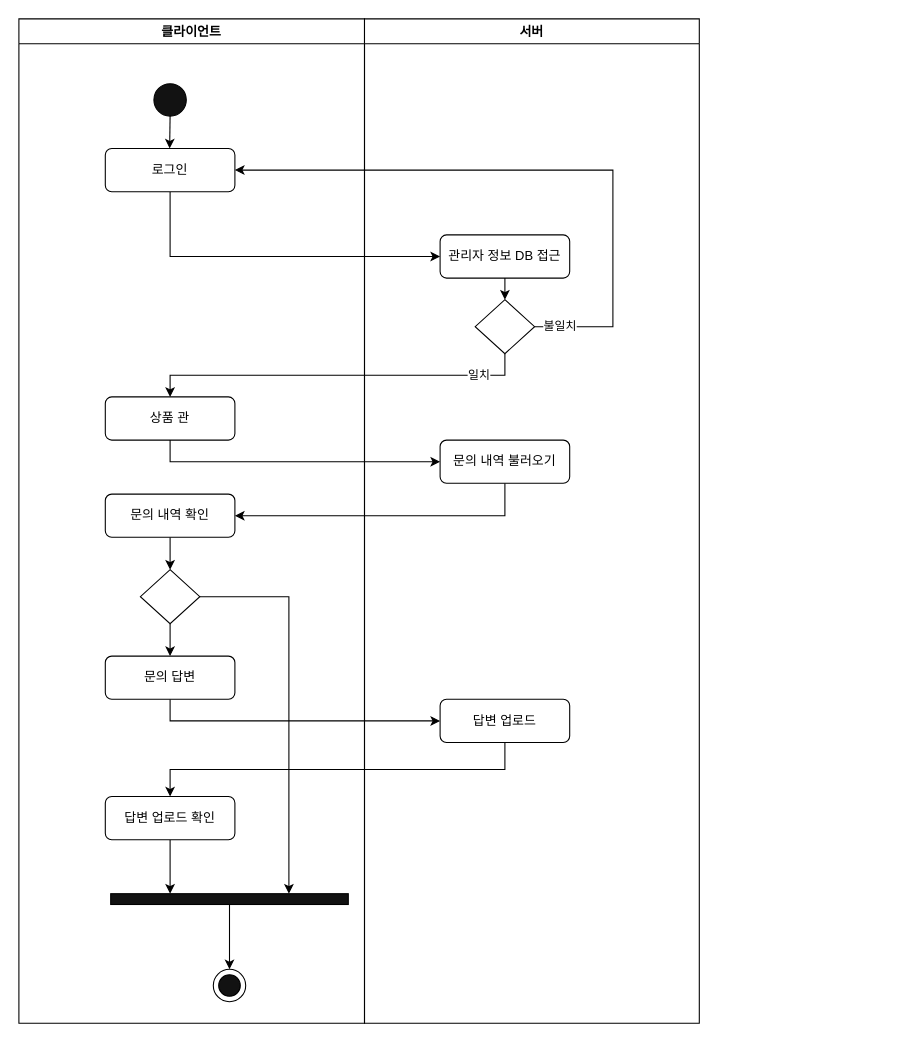
This is 활동다이어그램-상품관리.drawio from VegetableKim/-, a draw.io file, before an edit. Source tidied: cells renumbered, new cells numbered last; positions are measured from the earlier drawing's top-left corner, leaving out a move shared by most shapes. Both pictures are drawn from the tidied source at 108%, with x=0, y=0 at pixel (18, 18).
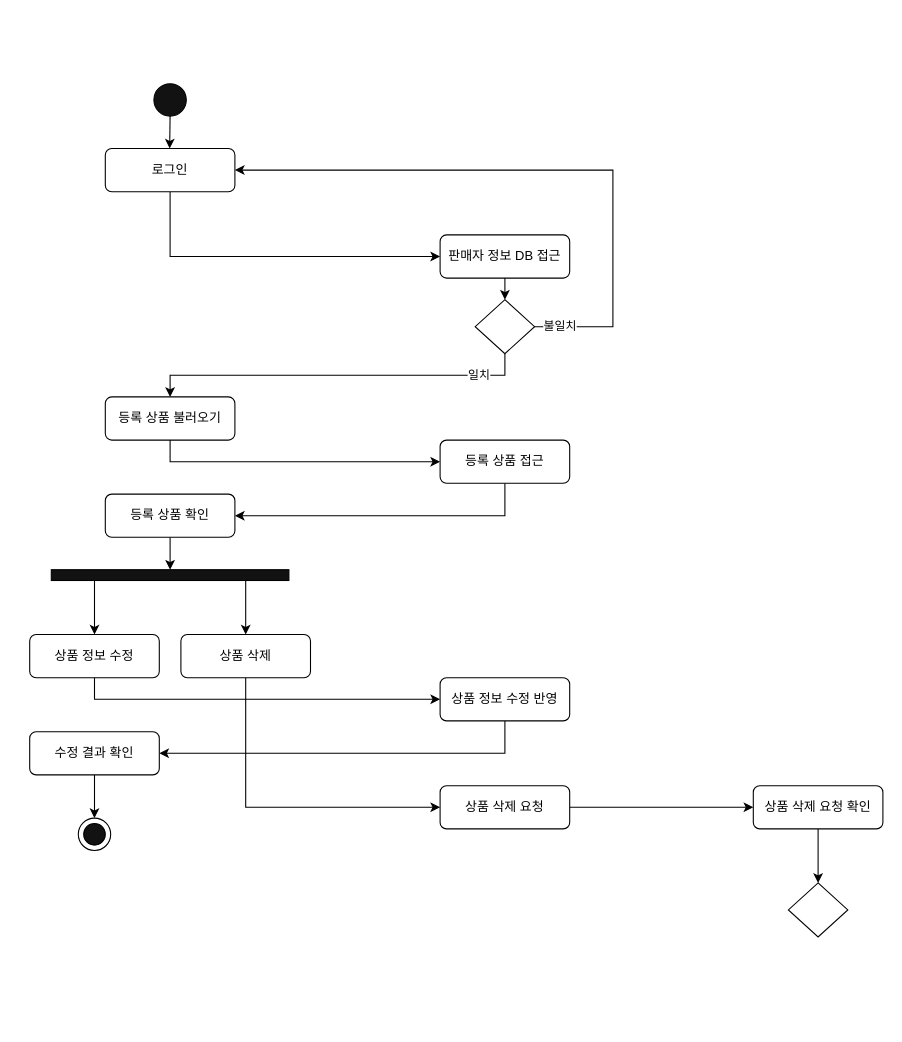
Above is the later version.

Commit message:
활동다이어그램-상품관리.drawio이 추가되었습니다.

Unchanged cells that the change refers to:
```xml
<mxCell id="12" style="rhombus;whiteSpace=wrap;html=1;" parent="1" vertex="1">
  <mxGeometry x="422.5" y="260" width="55" height="50" as="geometry" />
</mxCell>
```

Diff of the diagram source:
```diff
@@
-    <mxCell id="4" style="ellipse;whiteSpace=wrap;html=1;" parent="1" vertex="1">
-      <mxGeometry x="180" y="880" width="30" height="30" as="geometry" />
-    </mxCell>
-    <mxCell id="5" style="ellipse;whiteSpace=wrap;html=1;fillColor=#121212;" parent="1" vertex="1">
-      <mxGeometry x="185" y="885" width="20" height="20" as="geometry" />
-    </mxCell>
-    <mxCell id="6" style="edgeStyle=orthogonalEdgeStyle;rounded=0;jettySize=auto;html=1;exitX=0.5;exitY=1;exitDx=0;exitDy=0;entryX=0;entryY=0.5;entryDx=0;entryDy=0;" parent="1" edge="1" source="7" target="9">
-      <mxGeometry relative="1" as="geometry" />
-    </mxCell>
-    <mxCell id="7" value="로그인" style="rounded=1;whiteSpace=wrap;html=1;" parent="1" vertex="1">
-      <mxGeometry x="80" y="120" width="120" height="40" as="geometry" />
-    </mxCell>
@@
-    <mxCell id="9" value="관리자 정보 DB 접근" style="rounded=1;whiteSpace=wrap;html=1;" parent="1" vertex="1">
+    <mxCell id="9" value="판매자 정보 DB 접근" style="rounded=1;whiteSpace=wrap;html=1;" parent="1" vertex="1">
       <mxGeometry x="390" y="200" width="120" height="40" as="geometry" />
     </mxCell>
-    <mxCell id="10" value="불일치" style="edgeStyle=orthogonalEdgeStyle;rounded=0;jettySize=auto;html=1;exitX=1;exitY=0.5;exitDx=0;exitDy=0;entryX=1;entryY=0.5;entryDx=0;entryDy=0;" parent="1" edge="1" source="12" target="7">
+    <mxCell id="10" value="불일치" style="edgeStyle=orthogonalEdgeStyle;rounded=0;jettySize=auto;html=1;exitX=1;exitY=0.5;exitDx=0;exitDy=0;entryX=1;entryY=0.5;entryDx=0;entryDy=0;" parent="1" edge="1" source="12">
       <mxGeometry x="-0.92" relative="1" as="geometry">
+        <mxPoint x="200" y="140" as="targetPoint" />
         <Array as="points">
           <mxPoint x="550" y="285" />
           <mxPoint x="550" y="140" />
         </Array>
       </mxGeometry>
     </mxCell>
@@
-    <mxCell id="14" value="상품 관" style="rounded=1;whiteSpace=wrap;html=1;" parent="1" vertex="1">
+    <mxCell id="14" value="등록 상품 불러오기" style="rounded=1;whiteSpace=wrap;html=1;" parent="1" vertex="1">
       <mxGeometry x="80" y="350" width="120" height="40" as="geometry" />
     </mxCell>
@@
-    <mxCell id="16" value="문의 내역 불러오기" style="rounded=1;whiteSpace=wrap;html=1;" parent="1" vertex="1">
+    <mxCell id="16" value="등록 상품 접근" style="rounded=1;whiteSpace=wrap;html=1;" parent="1" vertex="1">
       <mxGeometry x="390" y="390" width="120" height="40" as="geometry" />
     </mxCell>
-    <mxCell id="17" style="edgeStyle=orthogonalEdgeStyle;rounded=0;jettySize=auto;html=1;exitX=0.5;exitY=1;exitDx=0;exitDy=0;entryX=0.5;entryY=0;entryDx=0;entryDy=0;" parent="1" edge="1" source="18" target="23">
-      <mxGeometry relative="1" as="geometry" />
+    <mxCell id="17" style="edgeStyle=orthogonalEdgeStyle;rounded=0;jettySize=auto;html=1;exitX=0.5;exitY=1;exitDx=0;exitDy=0;entryX=0.5;entryY=0;entryDx=0;entryDy=0;" parent="1" edge="1" source="18">
+      <mxGeometry relative="1" as="geometry">
+        <mxPoint x="140" y="510" as="targetPoint" />
+      </mxGeometry>
     </mxCell>
-    <mxCell id="18" value="문의 내역 확인" style="rounded=1;whiteSpace=wrap;html=1;" parent="1" vertex="1">
+    <mxCell id="18" value="등록 상품 확인" style="rounded=1;whiteSpace=wrap;html=1;" parent="1" vertex="1">
       <mxGeometry x="80" y="440" width="120" height="40" as="geometry" />
     </mxCell>
-    <mxCell id="19" style="edgeStyle=orthogonalEdgeStyle;rounded=0;jettySize=auto;html=1;exitX=0.5;exitY=1;exitDx=0;exitDy=0;entryX=0;entryY=0.5;entryDx=0;entryDy=0;" parent="1" edge="1" source="20" target="25">
-      <mxGeometry relative="1" as="geometry" />
-    </mxCell>
-    <mxCell id="20" value="문의 답변" style="rounded=1;whiteSpace=wrap;html=1;" parent="1" vertex="1">
-      <mxGeometry x="80" y="590" width="120" height="40" as="geometry" />
-    </mxCell>
-    <mxCell id="21" style="edgeStyle=orthogonalEdgeStyle;rounded=0;jettySize=auto;html=1;exitX=0.5;exitY=1;exitDx=0;exitDy=0;entryX=0.5;entryY=0;entryDx=0;entryDy=0;" parent="1" edge="1" source="23" target="20">
-      <mxGeometry relative="1" as="geometry" />
-    </mxCell>
-    <mxCell id="22" style="edgeStyle=orthogonalEdgeStyle;rounded=0;jettySize=auto;html=1;exitX=1;exitY=0.5;exitDx=0;exitDy=0;entryX=0.75;entryY=0;entryDx=0;entryDy=0;" parent="1" edge="1" source="23" target="29">
-      <mxGeometry relative="1" as="geometry" />
-    </mxCell>
-    <mxCell id="23" style="rhombus;whiteSpace=wrap;html=1;" parent="1" vertex="1">
-      <mxGeometry x="112.5" y="510" width="55" height="50" as="geometry" />
-    </mxCell>
-    <mxCell id="24" style="edgeStyle=orthogonalEdgeStyle;rounded=0;jettySize=auto;html=1;exitX=0.5;exitY=1;exitDx=0;exitDy=0;entryX=0.5;entryY=0;entryDx=0;entryDy=0;" parent="1" edge="1" source="25" target="27">
-      <mxGeometry relative="1" as="geometry" />
-    </mxCell>
-    <mxCell id="25" value="답변 업로드" style="rounded=1;whiteSpace=wrap;html=1;" parent="1" vertex="1">
-      <mxGeometry x="390" y="630" width="120" height="40" as="geometry" />
-    </mxCell>
-    <mxCell id="26" style="edgeStyle=orthogonalEdgeStyle;rounded=0;jettySize=auto;html=1;exitX=0.5;exitY=1;exitDx=0;exitDy=0;entryX=0.25;entryY=0;entryDx=0;entryDy=0;" parent="1" edge="1" source="27" target="29">
-      <mxGeometry relative="1" as="geometry" />
-    </mxCell>
-    <mxCell id="27" value="답변 업로드 확인" style="rounded=1;whiteSpace=wrap;html=1;" parent="1" vertex="1">
-      <mxGeometry x="80" y="720" width="120" height="40" as="geometry" />
-    </mxCell>
-    <mxCell id="28" style="edgeStyle=orthogonalEdgeStyle;rounded=0;jettySize=auto;html=1;exitX=0.5;exitY=1;exitDx=0;exitDy=0;entryX=0.5;entryY=0;entryDx=0;entryDy=0;" parent="1" edge="1" source="29" target="4">
-      <mxGeometry relative="1" as="geometry" />
-    </mxCell>
-    <mxCell id="29" style="rounded=0;whiteSpace=wrap;html=1;fillColor=#121212;" parent="1" vertex="1">
-      <mxGeometry x="85" y="810" width="220" height="10" as="geometry" />
-    </mxCell>
-    <mxCell id="30" value="클라이언트" style="swimlane;whiteSpace=wrap;html=1;" parent="1" vertex="1">
-      <mxGeometry width="320" height="930" as="geometry" />
-    </mxCell>
-    <mxCell id="31" value="서버" style="swimlane;whiteSpace=wrap;html=1;" parent="1" vertex="1">
-      <mxGeometry x="320" width="310" height="930" as="geometry" />
-    </mxCell>
+    <mxCell id="6" style="edgeStyle=orthogonalEdgeStyle;rounded=0;jettySize=auto;html=1;exitX=0.5;exitY=1;exitDx=0;exitDy=0;entryX=0;entryY=0.5;entryDx=0;entryDy=0;" parent="1" edge="1" source="7" target="9">
+      <mxGeometry relative="1" as="geometry" />
+    </mxCell>
+    <mxCell id="7" value="로그인" style="rounded=1;whiteSpace=wrap;html=1;" parent="1" vertex="1">
+      <mxGeometry x="80" y="120" width="120" height="40" as="geometry" />
+    </mxCell>
+    <mxCell id="32" style="edgeStyle=orthogonalEdgeStyle;rounded=0;jettySize=auto;html=1;exitX=0.25;exitY=1;exitDx=0;exitDy=0;entryX=0.5;entryY=0;entryDx=0;entryDy=0;" parent="1" edge="1" source="34" target="36">
+      <mxGeometry relative="1" as="geometry">
+        <Array as="points">
+          <mxPoint x="70" y="520" />
+        </Array>
+      </mxGeometry>
+    </mxCell>
+    <mxCell id="33" style="edgeStyle=orthogonalEdgeStyle;rounded=0;jettySize=auto;html=1;exitX=0.75;exitY=1;exitDx=0;exitDy=0;entryX=0.5;entryY=0;entryDx=0;entryDy=0;" parent="1" edge="1" source="34" target="38">
+      <mxGeometry relative="1" as="geometry">
+        <Array as="points">
+          <mxPoint x="210" y="520" />
+        </Array>
+      </mxGeometry>
+    </mxCell>
+    <mxCell id="34" style="rounded=0;whiteSpace=wrap;html=1;fillColor=#121212;" parent="1" vertex="1">
+      <mxGeometry x="30" y="510" width="220" height="10" as="geometry" />
+    </mxCell>
+    <mxCell id="35" style="edgeStyle=orthogonalEdgeStyle;rounded=0;jettySize=auto;html=1;exitX=0.5;exitY=1;exitDx=0;exitDy=0;entryX=0;entryY=0.5;entryDx=0;entryDy=0;" parent="1" edge="1" source="36" target="40">
+      <mxGeometry relative="1" as="geometry" />
+    </mxCell>
+    <mxCell id="36" value="상품 정보 수정" style="rounded=1;whiteSpace=wrap;html=1;" parent="1" vertex="1">
+      <mxGeometry x="10" y="570" width="120" height="40" as="geometry" />
+    </mxCell>
+    <mxCell id="37" style="edgeStyle=orthogonalEdgeStyle;rounded=0;jettySize=auto;html=1;exitX=0.5;exitY=1;exitDx=0;exitDy=0;entryX=0;entryY=0.5;entryDx=0;entryDy=0;" parent="1" edge="1" source="38" target="46">
+      <mxGeometry relative="1" as="geometry" />
+    </mxCell>
+    <mxCell id="38" value="상품 삭제" style="rounded=1;whiteSpace=wrap;html=1;" parent="1" vertex="1">
+      <mxGeometry x="150" y="570" width="120" height="40" as="geometry" />
+    </mxCell>
+    <mxCell id="39" style="edgeStyle=orthogonalEdgeStyle;rounded=0;jettySize=auto;html=1;exitX=0.5;exitY=1;exitDx=0;exitDy=0;entryX=1;entryY=0.5;entryDx=0;entryDy=0;" parent="1" edge="1" source="40" target="42">
+      <mxGeometry relative="1" as="geometry" />
+    </mxCell>
+    <mxCell id="40" value="상품 정보 수정 반영" style="rounded=1;whiteSpace=wrap;html=1;" parent="1" vertex="1">
+      <mxGeometry x="390" y="610" width="120" height="40" as="geometry" />
+    </mxCell>
+    <mxCell id="41" style="edgeStyle=orthogonalEdgeStyle;rounded=0;jettySize=auto;html=1;exitX=0.5;exitY=1;exitDx=0;exitDy=0;entryX=0.5;entryY=0;entryDx=0;entryDy=0;" parent="1" edge="1" source="42" target="43">
+      <mxGeometry relative="1" as="geometry" />
+    </mxCell>
+    <mxCell id="42" value="수정 결과 확인" style="rounded=1;whiteSpace=wrap;html=1;" parent="1" vertex="1">
+      <mxGeometry x="10" y="660" width="120" height="40" as="geometry" />
+    </mxCell>
+    <mxCell id="43" style="ellipse;whiteSpace=wrap;html=1;" parent="1" vertex="1">
+      <mxGeometry x="55" y="740" width="30" height="30" as="geometry" />
+    </mxCell>
+    <mxCell id="44" style="ellipse;whiteSpace=wrap;html=1;fillColor=#121212;" parent="1" vertex="1">
+      <mxGeometry x="60" y="745" width="20" height="20" as="geometry" />
+    </mxCell>
+    <mxCell id="45" style="edgeStyle=orthogonalEdgeStyle;rounded=0;jettySize=auto;html=1;exitX=1;exitY=0.5;exitDx=0;exitDy=0;entryX=0;entryY=0.5;entryDx=0;entryDy=0;" parent="1" edge="1" source="46" target="48">
+      <mxGeometry relative="1" as="geometry" />
+    </mxCell>
+    <mxCell id="46" value="상품 삭제 요청" style="rounded=1;whiteSpace=wrap;html=1;" parent="1" vertex="1">
+      <mxGeometry x="390" y="710" width="120" height="40" as="geometry" />
+    </mxCell>
+    <mxCell id="47" style="edgeStyle=orthogonalEdgeStyle;rounded=0;jettySize=auto;html=1;exitX=0.5;exitY=1;exitDx=0;exitDy=0;entryX=0.5;entryY=0;entryDx=0;entryDy=0;" parent="1" edge="1" source="48" target="49">
+      <mxGeometry relative="1" as="geometry" />
+    </mxCell>
+    <mxCell id="48" value="상품 삭제 요청 확인" style="rounded=1;whiteSpace=wrap;html=1;" parent="1" vertex="1">
+      <mxGeometry x="680" y="710" width="120" height="40" as="geometry" />
+    </mxCell>
+    <mxCell id="49" style="rhombus;whiteSpace=wrap;html=1;" parent="1" vertex="1">
+      <mxGeometry x="712.5" y="800" width="55" height="50" as="geometry" />
+    </mxCell>
```
